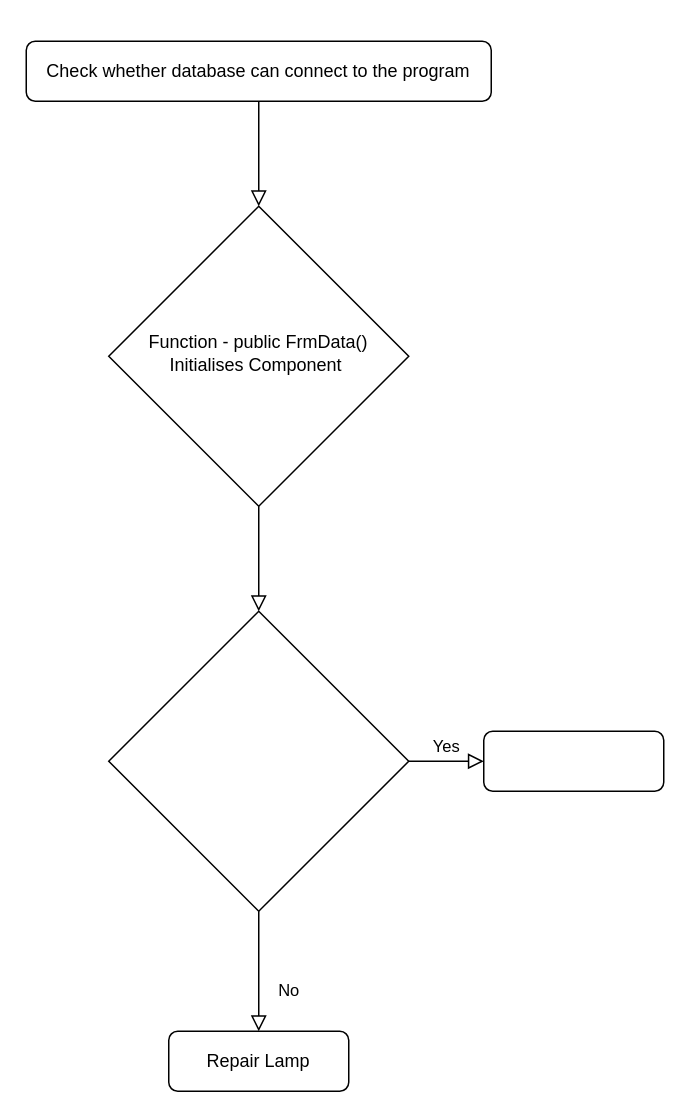
Above: Dataviewer_flowchart.drawio in JosephTinfina/RED (draw.io), before the change. Source tidied: cells renumbered, new cells numbered last; positions are measured from the earlier drawing's top-left corner, leaving out a move shared by most shapes. Both pictures are drawn from the tidied source at 150%, with x=0, y=0 at pixel (26, 40).
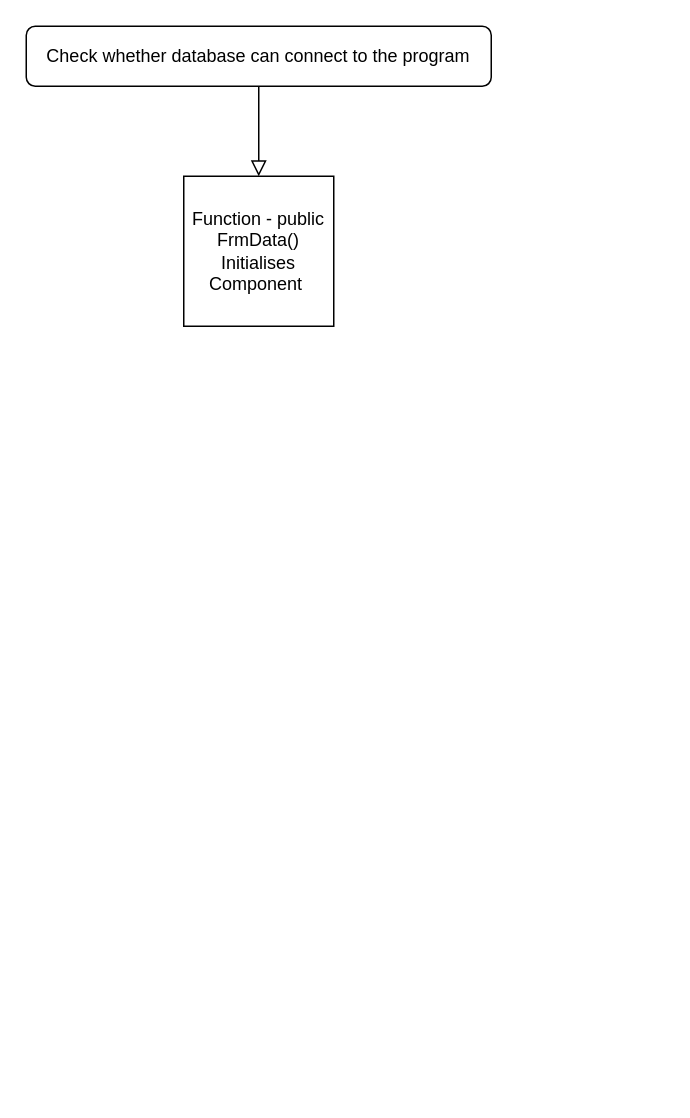
Above is the later version.

What changed in the source:
```diff
@@
 <mxGraphModel>
   <root>
     <mxCell id="0" />
     <mxCell id="1" parent="0" />
-    <mxCell id="2" style="rounded=0;html=1;jettySize=auto;fontSize=11;endArrow=block;endFill=0;endSize=8;strokeWidth=1;shadow=0;labelBackgroundColor=none;edgeStyle=orthogonalEdgeStyle;" parent="1" edge="1" source="3" target="5">
+    <mxCell id="2" style="rounded=0;html=1;jettySize=auto;fontSize=11;endArrow=block;endFill=0;endSize=8;strokeWidth=1;shadow=0;labelBackgroundColor=none;edgeStyle=orthogonalEdgeStyle;entryX=0.5;entryY=0;entryDx=0;entryDy=0;" parent="1" edge="1" source="3" target="5">
       <mxGeometry relative="1" as="geometry" />
     </mxCell>
     <mxCell id="3" value="Check whether database can connect to the program" style="rounded=1;whiteSpace=wrap;html=1;fontSize=12;glass=0;strokeWidth=1;shadow=0;" parent="1" vertex="1">
-      <mxGeometry width="310" height="40" as="geometry" />
+      <mxGeometry y="-10" width="310" height="40" as="geometry" />
     </mxCell>
-    <mxCell id="4" style="rounded=0;html=1;jettySize=auto;fontSize=11;endArrow=block;endFill=0;endSize=8;strokeWidth=1;shadow=0;labelBackgroundColor=none;edgeStyle=orthogonalEdgeStyle;" parent="1" edge="1" source="5" target="8">
-      <mxGeometry y="20" relative="1" as="geometry" />
-    </mxCell>
-    <mxCell id="5" value="Function - public FrmData()&lt;div&gt;Initialises Component&amp;nbsp;&lt;/div&gt;" style="rhombus;whiteSpace=wrap;html=1;shadow=0;fontFamily=Helvetica;fontSize=12;align=center;strokeWidth=1;spacing=6;spacingTop=-4;" parent="1" vertex="1">
-      <mxGeometry x="55" y="110" width="200" height="200" as="geometry" />
+    <mxCell id="5" value="Function - public FrmData()&lt;div&gt;Initialises Component&amp;nbsp;&lt;/div&gt;" style="whiteSpace=wrap;html=1;" parent="1" vertex="1">
+      <mxGeometry x="105" y="90" width="100" height="100" as="geometry" />
     </mxCell>
-    <mxCell id="6" value="No" style="rounded=0;html=1;jettySize=auto;fontSize=11;endArrow=block;endFill=0;endSize=8;strokeWidth=1;shadow=0;labelBackgroundColor=none;edgeStyle=orthogonalEdgeStyle;" parent="1" edge="1" source="8" target="9">
-      <mxGeometry x="0.33" y="20" relative="1" as="geometry" />
-    </mxCell>
-    <mxCell id="7" value="Yes" style="edgeStyle=orthogonalEdgeStyle;rounded=0;html=1;jettySize=auto;fontSize=11;endArrow=block;endFill=0;endSize=8;strokeWidth=1;shadow=0;labelBackgroundColor=none;" parent="1" edge="1" source="8" target="10">
-      <mxGeometry y="10" relative="1" as="geometry" />
-    </mxCell>
-    <mxCell id="8" style="rhombus;whiteSpace=wrap;html=1;shadow=0;fontFamily=Helvetica;fontSize=12;align=center;strokeWidth=1;spacing=6;spacingTop=-4;" parent="1" vertex="1">
-      <mxGeometry x="55" y="380" width="200" height="200" as="geometry" />
-    </mxCell>
-    <mxCell id="9" value="Repair Lamp" style="rounded=1;whiteSpace=wrap;html=1;fontSize=12;glass=0;strokeWidth=1;shadow=0;" parent="1" vertex="1">
-      <mxGeometry x="95" y="660" width="120" height="40" as="geometry" />
-    </mxCell>
-    <mxCell id="10" style="rounded=1;whiteSpace=wrap;html=1;fontSize=12;glass=0;strokeWidth=1;shadow=0;" parent="1" vertex="1">
-      <mxGeometry x="305" y="460" width="120" height="40" as="geometry" />
-    </mxCell>
   </root>
 </mxGraphModel>
```
